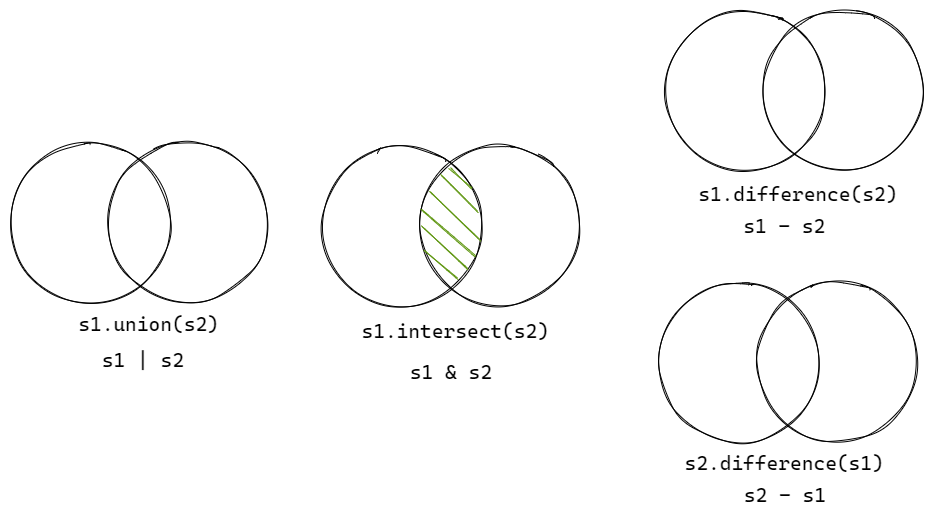
The Excalidraw diagram public/assets/comp10001/w6.excalidraw.png in chuahxinyu/chuahxinyu.github.io, before a commit. Source tidied: one line per element, renumbered; positions are measured from the earlier drawing's top-left corner, leaving out a move shared by most shapes. Source of this version:
```json
{"id": 0, "type": "ellipse", "strokeColor": "#000000", "strokeWidth": 1, "roughness": 1, "round": true, "x": 0, "y": 133, "width": 160, "height": 160}
{"id": 1, "type": "ellipse", "strokeColor": "#000000", "strokeWidth": 1, "roughness": 1, "round": true, "x": 98, "y": 132, "width": 160, "height": 160}
{"id": 2, "type": "text", "text": "s1.union(s2)", "strokeColor": "#000000", "strokeWidth": 1, "roughness": 1, "fontSize": 20, "fontFamily": 3, "x": 68, "y": 302, "width": 143, "height": 24}
{"id": 3, "type": "text", "text": "s1 | s2", "strokeColor": "#000000", "strokeWidth": 1, "roughness": 1, "fontSize": 20, "fontFamily": 3, "x": 92, "y": 338, "width": 84, "height": 24}
{"id": 4, "type": "ellipse", "strokeColor": "#000000", "strokeWidth": 1, "roughness": 1, "round": true, "x": 312, "y": 136, "width": 160, "height": 160}
{"id": 5, "type": "ellipse", "strokeColor": "#000000", "strokeWidth": 1, "roughness": 1, "round": true, "x": 410, "y": 135, "width": 160, "height": 160}
{"id": 6, "type": "line", "strokeColor": "#5c940d", "strokeWidth": 1, "roughness": 1, "round": true, "x": 414, "y": 239, "width": 34, "height": 29, "points": [[0, 0], [34, 29]]}
{"id": 7, "type": "line", "strokeColor": "#5c940d", "strokeWidth": 1, "roughness": 1, "round": true, "x": 411, "y": 216, "width": 46, "height": 43, "points": [[0, 0], [46, 43]]}
{"id": 8, "type": "line", "strokeColor": "#5c940d", "strokeWidth": 1, "roughness": 1, "round": true, "x": 412, "y": 199, "width": 53, "height": 47, "points": [[0, 0], [53, 47]]}
{"id": 9, "type": "line", "strokeColor": "#5c940d", "strokeWidth": 1, "roughness": 1, "round": true, "x": 420, "y": 181, "width": 52, "height": 50, "points": [[0, 0], [52, 50]]}
{"id": 10, "type": "line", "strokeColor": "#5c940d", "strokeWidth": 1, "roughness": 1, "round": true, "x": 430, "y": 166, "width": 38, "height": 36, "points": [[0, 0], [38, 36]]}
{"id": 11, "type": "line", "strokeColor": "#5c940d", "strokeWidth": 1, "roughness": 1, "round": true, "x": 439, "y": 158, "width": 22, "height": 21, "points": [[0, 0], [22, 21]]}
{"id": 12, "type": "ellipse", "strokeColor": "#000000", "strokeWidth": 1, "roughness": 1, "round": true, "x": 655, "y": 1, "width": 160, "height": 160}
{"id": 13, "type": "ellipse", "strokeColor": "#000000", "strokeWidth": 1, "roughness": 1, "round": true, "x": 753, "y": 0, "width": 160, "height": 160}
{"id": 14, "type": "ellipse", "strokeColor": "#000000", "strokeWidth": 1, "roughness": 1, "round": true, "x": 649, "y": 273, "width": 160, "height": 160}
{"id": 15, "type": "ellipse", "strokeColor": "#000000", "strokeWidth": 1, "roughness": 1, "round": true, "x": 747, "y": 271, "width": 160, "height": 160}
{"id": 16, "type": "text", "text": "s1.intersect(s2)", "strokeColor": "#000000", "strokeWidth": 1, "roughness": 1, "fontSize": 20, "fontFamily": 3, "x": 351, "y": 309, "width": 189, "height": 24}
{"id": 17, "type": "text", "text": "s1 & s2", "strokeColor": "#000000", "strokeWidth": 1, "roughness": 1, "fontSize": 20, "fontFamily": 3, "x": 400, "y": 350, "width": 84, "height": 24}
{"id": 18, "type": "text", "text": "s1.difference(s2)", "strokeColor": "#000000", "strokeWidth": 1, "roughness": 1, "fontSize": 20, "fontFamily": 3, "x": 688, "y": 172, "width": 201, "height": 24}
{"id": 19, "type": "text", "text": "s1 - s2", "strokeColor": "#000000", "strokeWidth": 1, "roughness": 1, "fontSize": 20, "fontFamily": 3, "x": 733, "y": 204, "width": 84, "height": 24}
{"id": 20, "type": "text", "text": "s2.difference(s1)", "strokeColor": "#000000", "strokeWidth": 1, "roughness": 1, "fontSize": 20, "fontFamily": 3, "x": 675, "y": 441, "width": 201, "height": 24}
{"id": 21, "type": "text", "text": "s2 - s1", "strokeColor": "#000000", "strokeWidth": 1, "roughness": 1, "fontSize": 20, "fontFamily": 3, "x": 734, "y": 473, "width": 84, "height": 24}
```
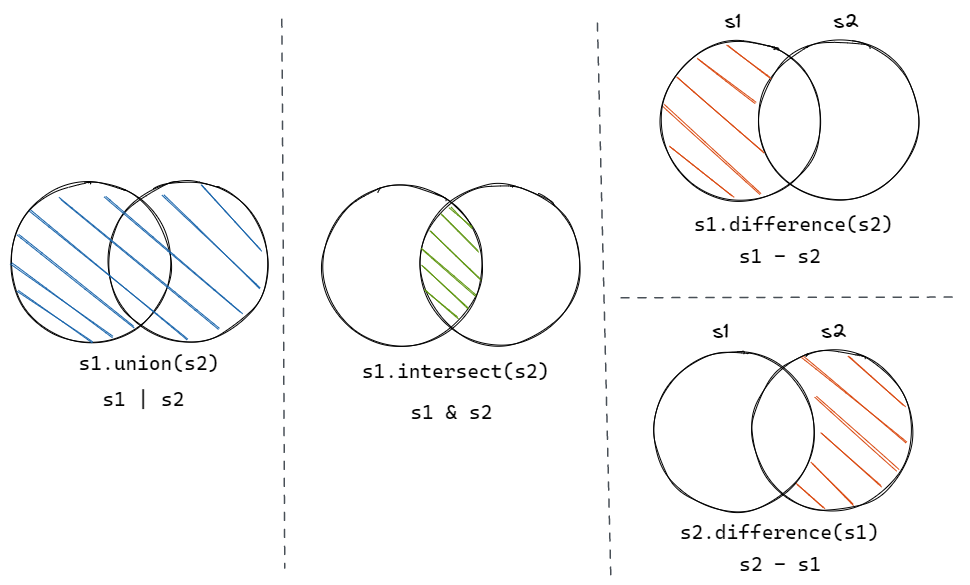
Later version of the same file.

The edit, as a diff of the source:
```diff
@@ -10,13 +10,39 @@
 {"id": 9, "type": "line", "strokeColor": "#5c940d", "strokeWidth": 1, "roughness": 1, "round": true, "x": 420, "y": 181, "width": 52, "height": 50, "points": [[0, 0], [52, 50]]}
 {"id": 10, "type": "line", "strokeColor": "#5c940d", "strokeWidth": 1, "roughness": 1, "round": true, "x": 430, "y": 166, "width": 38, "height": 36, "points": [[0, 0], [38, 36]]}
 {"id": 11, "type": "line", "strokeColor": "#5c940d", "strokeWidth": 1, "roughness": 1, "round": true, "x": 439, "y": 158, "width": 22, "height": 21, "points": [[0, 0], [22, 21]]}
-{"id": 12, "type": "ellipse", "strokeColor": "#000000", "strokeWidth": 1, "roughness": 1, "round": true, "x": 655, "y": 1, "width": 160, "height": 160}
+{"id": 12, "type": "ellipse", "strokeColor": "#000000", "strokeWidth": 1, "roughness": 1, "round": true, "x": 651, "y": -8, "width": 160, "height": 160}
-{"id": 13, "type": "ellipse", "strokeColor": "#000000", "strokeWidth": 1, "roughness": 1, "round": true, "x": 753, "y": 0, "width": 160, "height": 160}
+{"id": 13, "type": "ellipse", "strokeColor": "#000000", "strokeWidth": 1, "roughness": 1, "round": true, "x": 748, "y": -9, "width": 160, "height": 160}
-{"id": 14, "type": "ellipse", "strokeColor": "#000000", "strokeWidth": 1, "roughness": 1, "round": true, "x": 649, "y": 273, "width": 160, "height": 160}
+{"id": 14, "type": "ellipse", "strokeColor": "#000000", "strokeWidth": 1, "roughness": 1, "round": true, "x": 644, "y": 302, "width": 160, "height": 160}
-{"id": 15, "type": "ellipse", "strokeColor": "#000000", "strokeWidth": 1, "roughness": 1, "round": true, "x": 747, "y": 271, "width": 160, "height": 160}
+{"id": 15, "type": "ellipse", "strokeColor": "#000000", "strokeWidth": 1, "roughness": 1, "round": true, "x": 742, "y": 301, "width": 160, "height": 160}
 {"id": 16, "type": "text", "text": "s1.intersect(s2)", "strokeColor": "#000000", "strokeWidth": 1, "roughness": 1, "fontSize": 20, "fontFamily": 3, "x": 351, "y": 309, "width": 189, "height": 24}
 {"id": 17, "type": "text", "text": "s1 & s2", "strokeColor": "#000000", "strokeWidth": 1, "roughness": 1, "fontSize": 20, "fontFamily": 3, "x": 400, "y": 350, "width": 84, "height": 24}
-{"id": 18, "type": "text", "text": "s1.difference(s2)", "strokeColor": "#000000", "strokeWidth": 1, "roughness": 1, "fontSize": 20, "fontFamily": 3, "x": 688, "y": 172, "width": 201, "height": 24}
+{"id": 18, "type": "text", "text": "s1.difference(s2)", "strokeColor": "#000000", "strokeWidth": 1, "roughness": 1, "fontSize": 20, "fontFamily": 3, "x": 683, "y": 162, "width": 201, "height": 24}
-{"id": 19, "type": "text", "text": "s1 - s2", "strokeColor": "#000000", "strokeWidth": 1, "roughness": 1, "fontSize": 20, "fontFamily": 3, "x": 733, "y": 204, "width": 84, "height": 24}
+{"id": 19, "type": "text", "text": "s1 - s2", "strokeColor": "#000000", "strokeWidth": 1, "roughness": 1, "fontSize": 20, "fontFamily": 3, "x": 728, "y": 195, "width": 84, "height": 24}
-{"id": 20, "type": "text", "text": "s2.difference(s1)", "strokeColor": "#000000", "strokeWidth": 1, "roughness": 1, "fontSize": 20, "fontFamily": 3, "x": 675, "y": 441, "width": 201, "height": 24}
+{"id": 20, "type": "text", "text": "s2.difference(s1)", "strokeColor": "#000000", "strokeWidth": 1, "roughness": 1, "fontSize": 20, "fontFamily": 3, "x": 669, "y": 471, "width": 201, "height": 24}
-{"id": 21, "type": "text", "text": "s2 - s1", "strokeColor": "#000000", "strokeWidth": 1, "roughness": 1, "fontSize": 20, "fontFamily": 3, "x": 734, "y": 473, "width": 84, "height": 24}
+{"id": 21, "type": "text", "text": "s2 - s1", "strokeColor": "#000000", "strokeWidth": 1, "roughness": 1, "fontSize": 20, "fontFamily": 3, "x": 729, "y": 502, "width": 84, "height": 24}
+{"id": 22, "type": "line", "strokeColor": "#1864ab", "strokeWidth": 1, "roughness": 1, "round": true, "x": 7, "y": 241, "width": 74, "height": 52, "points": [[0, 0], [74, 52]]}
+{"id": 23, "type": "line", "strokeColor": "#1864ab", "strokeWidth": 1, "roughness": 1, "round": true, "x": 1, "y": 214, "width": 101, "height": 73, "points": [[0, 0], [101, 73]]}
+{"id": 24, "type": "line", "strokeColor": "#1864ab", "strokeWidth": 1, "roughness": 1, "round": true, "x": 8, "y": 185, "width": 115, "height": 93, "points": [[0, 0], [115, 93]]}
+{"id": 25, "type": "line", "strokeColor": "#1864ab", "strokeWidth": 1, "roughness": 1, "round": true, "x": 20, "y": 162, "width": 156, "height": 129, "points": [[0, 0], [156, 129]]}
+{"id": 26, "type": "line", "strokeColor": "#1864ab", "strokeWidth": 1, "roughness": 1, "round": true, "x": 49, "y": 149, "width": 160, "height": 131, "points": [[0, 0], [160, 131]]}
+{"id": 27, "type": "line", "strokeColor": "#1864ab", "strokeWidth": 1, "roughness": 1, "round": true, "x": 95, "y": 147, "width": 136, "height": 116, "points": [[0, 0], [136, 116]]}
+{"id": 28, "type": "line", "strokeColor": "#1864ab", "strokeWidth": 1, "roughness": 1, "round": true, "x": 152, "y": 145, "width": 96, "height": 95, "points": [[0, 0], [96, 95]]}
+{"id": 29, "type": "line", "strokeColor": "#1864ab", "strokeWidth": 1, "roughness": 1, "round": true, "x": 191, "y": 135, "width": 61, "height": 65, "points": [[0, 0], [61, 65]]}
+{"id": 30, "type": "line", "strokeColor": "#d9480f", "strokeWidth": 1, "roughness": 1, "round": true, "x": 659, "y": 97, "width": 64, "height": 50, "points": [[0, 0], [64, 50]]}
+{"id": 31, "type": "line", "strokeColor": "#d9480f", "strokeWidth": 1, "roughness": 1, "round": true, "x": 653, "y": 56, "width": 97, "height": 90, "points": [[0, 0], [97, 90]]}
+{"id": 32, "type": "line", "strokeColor": "#d9480f", "strokeWidth": 1, "roughness": 1, "round": true, "x": 667, "y": 28, "width": 87, "height": 74, "points": [[0, 0], [87, 74]]}
+{"id": 33, "type": "line", "strokeColor": "#d9480f", "strokeWidth": 1, "roughness": 1, "round": true, "x": 687, "y": 9, "width": 59, "height": 45, "points": [[0, 0], [59, 45]]}
+{"id": 34, "type": "line", "strokeColor": "#d9480f", "strokeWidth": 1, "roughness": 1, "round": true, "x": 718, "y": -5, "width": 43, "height": 33, "points": [[0, 0], [43, 33]]}
+{"id": 35, "type": "text", "text": "s1", "strokeColor": "#000000", "strokeWidth": 1, "roughness": 1, "fontSize": 20, "fontFamily": 1, "x": 714, "y": -39, "width": 18, "height": 25}
+{"id": 36, "type": "text", "text": "s2", "strokeColor": "#000000", "strokeWidth": 1, "roughness": 1, "fontSize": 20, "fontFamily": 1, "x": 823, "y": -39, "width": 27, "height": 25}
+{"id": 37, "type": "text", "text": "s1", "strokeColor": "#000000", "strokeWidth": 1, "roughness": 1, "fontSize": 20, "fontFamily": 1, "x": 702, "y": 271, "width": 18, "height": 25}
+{"id": 38, "type": "text", "text": "s2", "strokeColor": "#000000", "strokeWidth": 1, "roughness": 1, "fontSize": 20, "fontFamily": 1, "x": 811, "y": 271, "width": 27, "height": 25}
+{"id": 39, "type": "line", "strokeColor": "#d9480f", "strokeWidth": 1, "roughness": 1, "round": true, "x": 787, "y": 436, "width": 27, "height": 23, "points": [[0, 0], [27, 23]]}
+{"id": 40, "type": "line", "strokeColor": "#d9480f", "strokeWidth": 1, "roughness": 1, "round": true, "x": 802, "y": 415, "width": 41, "height": 41, "points": [[0, 0], [41, 41]]}
+{"id": 41, "type": "line", "strokeColor": "#d9480f", "strokeWidth": 1, "roughness": 1, "round": true, "x": 812, "y": 384, "width": 59, "height": 52, "points": [[0, 0], [59, 52]]}
+{"id": 42, "type": "line", "strokeColor": "#d9480f", "strokeWidth": 1, "roughness": 1, "round": true, "x": 805, "y": 347, "width": 82, "height": 74, "points": [[0, 0], [82, 74]]}
+{"id": 43, "type": "line", "strokeColor": "#d9480f", "strokeWidth": 1, "roughness": 1, "round": true, "x": 792, "y": 308, "width": 104, "height": 85, "points": [[0, 0], [104, 85]]}
+{"id": 44, "type": "line", "strokeColor": "#d9480f", "strokeWidth": 1, "roughness": 1, "round": true, "x": 839, "y": 306, "width": 56, "height": 51, "points": [[0, 0], [56, 51]]}
+{"id": 45, "type": "line", "strokeColor": "#495057", "strokeWidth": 1, "strokeStyle": "dashed", "roughness": 1, "round": true, "x": 610, "y": 249, "width": 339, "height": 2, "points": [[0, 0], [339, -2]]}
+{"id": 46, "type": "line", "strokeColor": "#495057", "strokeWidth": 1, "strokeStyle": "dashed", "roughness": 1, "round": true, "x": 587, "y": -27, "width": 13, "height": 551, "points": [[0, 0], [13, 551]]}
+{"id": 47, "type": "line", "strokeColor": "#495057", "strokeWidth": 1, "strokeStyle": "dashed", "roughness": 1, "round": true, "x": 271, "y": -31, "width": 3, "height": 551, "points": [[0, 0], [3, 551]]}
```
